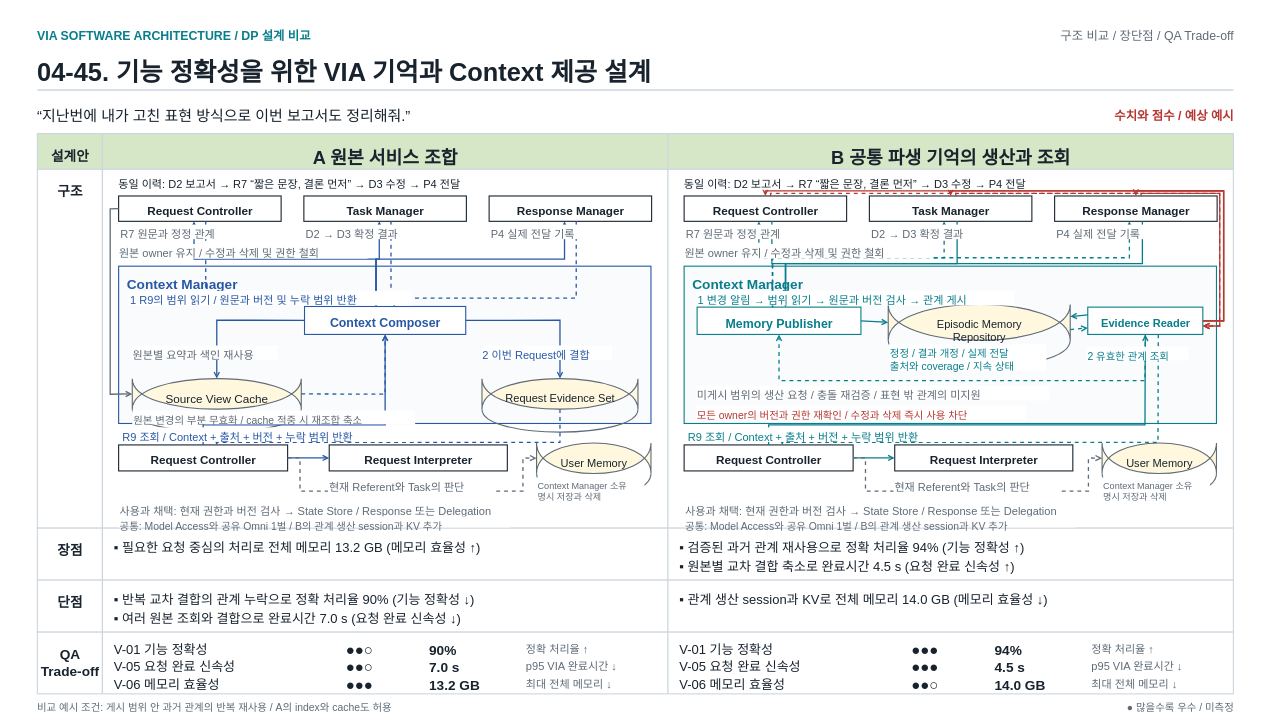
cbyche/via-sw-architecture keeps this draw.io diagram as docs/presentations_files/dp-comparison/dp45-comparison.drawio. Above is the earlier version. Source tidied: cells renumbered, new cells numbered last; positions are measured from the earlier drawing's top-left corner, leaving out a move shared by most shapes. Both pictures are drawn from the tidied source at 65%, with x=0, y=0 at pixel (11, 11).
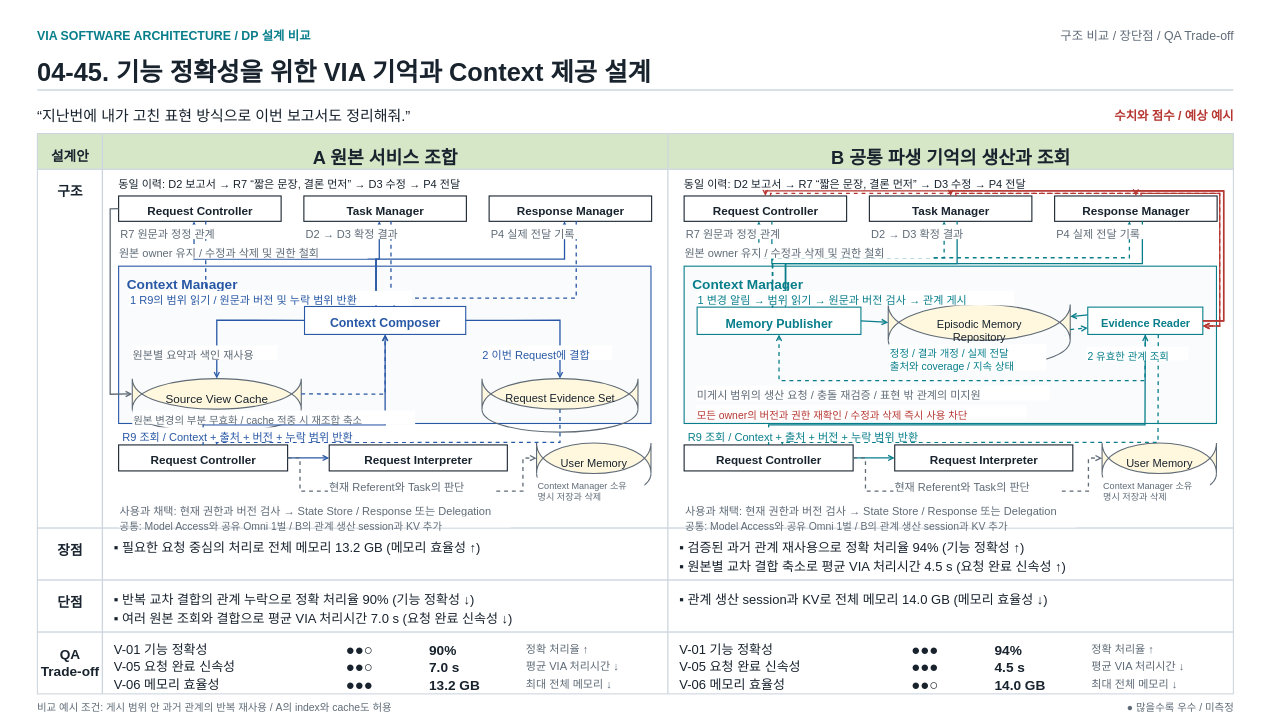
After the change.

Diff of the diagram source:
```diff
@@
-    <mxCell id="24" value="&lt;div style=&quot;line-height:1.3;&quot;&gt;▪ 여러 원본 조회와 결합으로 완료시간 7.0 s (요청 완료 신속성 ↓)&lt;/div&gt;" style="fontFamily=Apple SD Gothic Neo;text;html=1;whiteSpace=nowrap;overflow=visible;fillColor=none;strokeColor=none;align=left;verticalAlign=top;spacing=0;fontSize=20;fontColor=#18232E;fontStyle=0;" parent="1" vertex="1">
+    <mxCell id="24" value="&lt;div style=&quot;line-height:1.3;&quot;&gt;▪ 여러 원본 조회와 결합으로 평균 VIA 처리시간 7.0 s (요청 완료 신속성 ↓)&lt;/div&gt;" style="fontFamily=Apple SD Gothic Neo;text;html=1;whiteSpace=nowrap;overflow=visible;fillColor=none;strokeColor=none;align=left;verticalAlign=top;spacing=0;fontSize=20;fontColor=#18232E;fontStyle=0;" parent="1" vertex="1">
       <mxGeometry x="158" y="917" width="836" height="26" as="geometry" />
     </mxCell>
@@
-    <mxCell id="32" value="&lt;div style=&quot;line-height:1.3;&quot;&gt;p95 VIA 완료시간 ↓&lt;/div&gt;" style="fontFamily=Apple SD Gothic Neo;text;html=1;whiteSpace=nowrap;overflow=visible;fillColor=none;strokeColor=none;align=left;verticalAlign=top;spacing=0;fontSize=17;fontColor=#5F6B77;fontStyle=0;" parent="1" vertex="1">
+    <mxCell id="32" value="&lt;div style=&quot;line-height:1.3;&quot;&gt;평균 VIA 처리시간 ↓&lt;/div&gt;" style="fontFamily=Apple SD Gothic Neo;text;html=1;whiteSpace=nowrap;overflow=visible;fillColor=none;strokeColor=none;align=left;verticalAlign=top;spacing=0;fontSize=17;fontColor=#5F6B77;fontStyle=0;" parent="1" vertex="1">
       <mxGeometry x="792" y="993" width="206" height="22.1" as="geometry" />
     </mxCell>
@@
-    <mxCell id="39" value="&lt;div style=&quot;line-height:1.3;&quot;&gt;▪ 원본별 교차 결합 축소로 완료시간 4.5 s (요청 완료 신속성 ↑)&lt;/div&gt;" style="fontFamily=Apple SD Gothic Neo;text;html=1;whiteSpace=nowrap;overflow=visible;fillColor=none;strokeColor=none;align=left;verticalAlign=top;spacing=0;fontSize=20;fontColor=#18232E;fontStyle=0;" parent="1" vertex="1">
+    <mxCell id="39" value="&lt;div style=&quot;line-height:1.3;&quot;&gt;▪ 원본별 교차 결합 축소로 평균 VIA 처리시간 4.5 s (요청 완료 신속성 ↑)&lt;/div&gt;" style="fontFamily=Apple SD Gothic Neo;text;html=1;whiteSpace=nowrap;overflow=visible;fillColor=none;strokeColor=none;align=left;verticalAlign=top;spacing=0;fontSize=20;fontColor=#18232E;fontStyle=0;" parent="1" vertex="1">
       <mxGeometry x="1028" y="837" width="836" height="26" as="geometry" />
     </mxCell>
@@
-    <mxCell id="48" value="&lt;div style=&quot;line-height:1.3;&quot;&gt;p95 VIA 완료시간 ↓&lt;/div&gt;" style="fontFamily=Apple SD Gothic Neo;text;html=1;whiteSpace=nowrap;overflow=visible;fillColor=none;strokeColor=none;align=left;verticalAlign=top;spacing=0;fontSize=17;fontColor=#5F6B77;fontStyle=0;" parent="1" vertex="1">
+    <mxCell id="48" value="&lt;div style=&quot;line-height:1.3;&quot;&gt;평균 VIA 처리시간 ↓&lt;/div&gt;" style="fontFamily=Apple SD Gothic Neo;text;html=1;whiteSpace=nowrap;overflow=visible;fillColor=none;strokeColor=none;align=left;verticalAlign=top;spacing=0;fontSize=17;fontColor=#5F6B77;fontStyle=0;" parent="1" vertex="1">
       <mxGeometry x="1662" y="993" width="206" height="22.1" as="geometry" />
     </mxCell>
```
